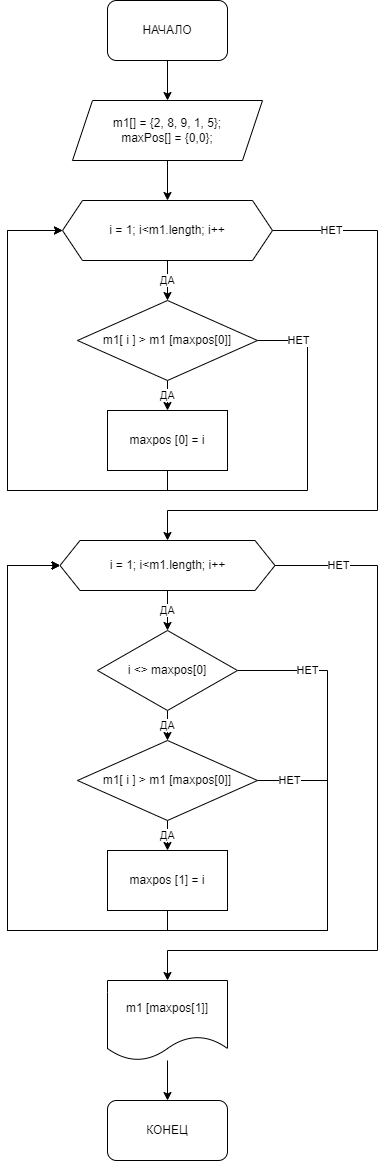
This is Algorytm/Lesson_03/Addon_task/Task_01/L3.Addon.task1.drawio.png from jokerjam-s/GeekBrainst, a draw.io export, as it was before one commit. Source tidied: cells renumbered, new cells last; positions are measured from the earlier drawing's top-left corner, leaving out a move shared by most shapes. Source of this version:
```xml
<mxGraphModel>
  <root>
    <mxCell id="0" />
    <mxCell id="1" parent="0" />
    <mxCell id="2" style="edgeStyle=orthogonalEdgeStyle;rounded=0;jettySize=auto;html=1;exitX=0.5;exitY=1;exitDx=0;exitDy=0;entryX=0.5;entryY=0;entryDx=0;entryDy=0;" parent="1" edge="1" source="3" target="5">
      <mxGeometry relative="1" as="geometry" />
    </mxCell>
    <mxCell id="3" value="НАЧАЛО" style="rounded=1;whiteSpace=wrap;html=1;" parent="1" vertex="1">
      <mxGeometry x="100" width="120" height="60" as="geometry" />
    </mxCell>
    <mxCell id="4" style="edgeStyle=orthogonalEdgeStyle;rounded=0;jettySize=auto;html=1;exitX=0.5;exitY=1;exitDx=0;exitDy=0;entryX=0.5;entryY=0;entryDx=0;entryDy=0;" parent="1" edge="1" source="5" target="8">
      <mxGeometry relative="1" as="geometry" />
    </mxCell>
    <mxCell id="5" value="&lt;div&gt;m1[] = {2, 8, 9, 1, 5};&lt;/div&gt;&lt;div&gt;maxPos[] = {0,0};&lt;/div&gt;" style="shape=parallelogram;perimeter=parallelogramPerimeter;whiteSpace=wrap;html=1;fixedSize=1;" parent="1" vertex="1">
      <mxGeometry x="65" y="100" width="190" height="60" as="geometry" />
    </mxCell>
    <mxCell id="6" value="ДА" style="edgeStyle=orthogonalEdgeStyle;rounded=0;jettySize=auto;html=1;exitX=0.5;exitY=1;exitDx=0;exitDy=0;" parent="1" edge="1" source="8" target="11">
      <mxGeometry relative="1" as="geometry" />
    </mxCell>
    <mxCell id="7" value="НЕТ" style="edgeStyle=orthogonalEdgeStyle;rounded=0;jettySize=auto;html=1;exitX=1;exitY=0.5;exitDx=0;exitDy=0;entryX=0.5;entryY=0;entryDx=0;entryDy=0;" parent="1" edge="1" source="8" target="16">
      <mxGeometry x="-0.81" relative="1" as="geometry">
        <Array as="points">
          <mxPoint x="370" y="230" />
          <mxPoint x="370" y="510" />
          <mxPoint x="160" y="510" />
        </Array>
      </mxGeometry>
    </mxCell>
    <mxCell id="8" value="i = 1; i&amp;lt;m1.length; i++" style="shape=hexagon;perimeter=hexagonPerimeter2;whiteSpace=wrap;html=1;fixedSize=1;" parent="1" vertex="1">
      <mxGeometry x="55" y="200" width="210" height="60" as="geometry" />
    </mxCell>
    <mxCell id="9" value="ДА" style="edgeStyle=orthogonalEdgeStyle;rounded=0;jettySize=auto;html=1;exitX=0.5;exitY=1;exitDx=0;exitDy=0;entryX=0.5;entryY=0;entryDx=0;entryDy=0;" parent="1" edge="1" source="11" target="13">
      <mxGeometry relative="1" as="geometry" />
    </mxCell>
    <mxCell id="10" value="НЕТ" style="edgeStyle=orthogonalEdgeStyle;rounded=0;jettySize=auto;html=1;exitX=1;exitY=0.5;exitDx=0;exitDy=0;entryX=0;entryY=0.5;entryDx=0;entryDy=0;" parent="1" edge="1" source="11" target="8">
      <mxGeometry x="-0.9" relative="1" as="geometry">
        <Array as="points">
          <mxPoint x="300" y="340" />
          <mxPoint x="300" y="490" />
          <mxPoint y="490" />
          <mxPoint y="230" />
        </Array>
      </mxGeometry>
    </mxCell>
    <mxCell id="11" value="m1[ i ] &amp;gt; m1 [maxpos[0]]" style="rhombus;whiteSpace=wrap;html=1;" parent="1" vertex="1">
      <mxGeometry x="70" y="300" width="180" height="80" as="geometry" />
    </mxCell>
    <mxCell id="12" style="edgeStyle=orthogonalEdgeStyle;rounded=0;jettySize=auto;html=1;exitX=0.5;exitY=1;exitDx=0;exitDy=0;entryX=0;entryY=0.5;entryDx=0;entryDy=0;" parent="1" edge="1" source="13" target="8">
      <mxGeometry relative="1" as="geometry">
        <Array as="points">
          <mxPoint x="160" y="490" />
          <mxPoint y="490" />
          <mxPoint y="230" />
        </Array>
      </mxGeometry>
    </mxCell>
    <mxCell id="13" value="maxpos [0] = i" style="rounded=0;whiteSpace=wrap;html=1;" parent="1" vertex="1">
      <mxGeometry x="100" y="410" width="120" height="60" as="geometry" />
    </mxCell>
    <mxCell id="14" value="ДА" style="edgeStyle=orthogonalEdgeStyle;rounded=0;jettySize=auto;html=1;exitX=0.5;exitY=1;exitDx=0;exitDy=0;entryX=0.5;entryY=0;entryDx=0;entryDy=0;" parent="1" edge="1" source="16" target="19">
      <mxGeometry relative="1" as="geometry" />
    </mxCell>
    <mxCell id="15" value="НЕТ" style="edgeStyle=orthogonalEdgeStyle;rounded=0;jettySize=auto;html=1;exitX=1;exitY=0.5;exitDx=0;exitDy=0;entryX=0.5;entryY=0;entryDx=0;entryDy=0;" parent="1" edge="1" source="16" target="26">
      <mxGeometry x="-0.83" relative="1" as="geometry">
        <Array as="points">
          <mxPoint x="370" y="565" />
          <mxPoint x="370" y="950" />
          <mxPoint x="160" y="950" />
        </Array>
        <mxPoint x="1" as="offset" />
      </mxGeometry>
    </mxCell>
    <mxCell id="16" value="&lt;span&gt;i = 1; i&amp;lt;m1.length; i++&lt;/span&gt;" style="shape=hexagon;perimeter=hexagonPerimeter2;whiteSpace=wrap;html=1;fixedSize=1;" parent="1" vertex="1">
      <mxGeometry x="52.5" y="540" width="215" height="50" as="geometry" />
    </mxCell>
    <mxCell id="17" value="ДА" style="edgeStyle=orthogonalEdgeStyle;rounded=0;jettySize=auto;html=1;exitX=0.5;exitY=1;exitDx=0;exitDy=0;entryX=0.5;entryY=0;entryDx=0;entryDy=0;" parent="1" edge="1" source="19" target="22">
      <mxGeometry relative="1" as="geometry" />
    </mxCell>
    <mxCell id="18" value="НЕТ" style="edgeStyle=orthogonalEdgeStyle;rounded=0;jettySize=auto;html=1;exitX=1;exitY=0.5;exitDx=0;exitDy=0;entryX=0;entryY=0.5;entryDx=0;entryDy=0;" parent="1" edge="1" source="19" target="16">
      <mxGeometry x="-0.87" relative="1" as="geometry">
        <Array as="points">
          <mxPoint x="320" y="670" />
          <mxPoint x="320" y="930" />
          <mxPoint y="930" />
          <mxPoint y="565" />
        </Array>
      </mxGeometry>
    </mxCell>
    <mxCell id="19" value="i &amp;lt;&amp;gt; maxpos[0]" style="rhombus;whiteSpace=wrap;html=1;" parent="1" vertex="1">
      <mxGeometry x="90" y="630" width="140" height="80" as="geometry" />
    </mxCell>
    <mxCell id="20" value="ДА" style="edgeStyle=orthogonalEdgeStyle;rounded=0;jettySize=auto;html=1;exitX=0.5;exitY=1;exitDx=0;exitDy=0;" parent="1" edge="1" source="22" target="24">
      <mxGeometry relative="1" as="geometry" />
    </mxCell>
    <mxCell id="21" value="НЕТ" style="edgeStyle=orthogonalEdgeStyle;rounded=0;jettySize=auto;html=1;exitX=1;exitY=0.5;exitDx=0;exitDy=0;entryX=0;entryY=0.5;entryDx=0;entryDy=0;" parent="1" edge="1" source="22" target="16">
      <mxGeometry x="-0.93" relative="1" as="geometry">
        <Array as="points">
          <mxPoint x="320" y="780" />
          <mxPoint x="320" y="930" />
          <mxPoint y="930" />
          <mxPoint y="565" />
        </Array>
      </mxGeometry>
    </mxCell>
    <mxCell id="22" value="m1[ i ] &amp;gt; m1 [maxpos[0]]" style="rhombus;whiteSpace=wrap;html=1;" parent="1" vertex="1">
      <mxGeometry x="70" y="740" width="180" height="80" as="geometry" />
    </mxCell>
    <mxCell id="23" style="edgeStyle=orthogonalEdgeStyle;rounded=0;jettySize=auto;html=1;exitX=0.5;exitY=1;exitDx=0;exitDy=0;entryX=0;entryY=0.5;entryDx=0;entryDy=0;" parent="1" edge="1" source="24" target="16">
      <mxGeometry relative="1" as="geometry">
        <Array as="points">
          <mxPoint x="160" y="930" />
          <mxPoint y="930" />
          <mxPoint y="565" />
        </Array>
      </mxGeometry>
    </mxCell>
    <mxCell id="24" value="maxpos [1] = i" style="rounded=0;whiteSpace=wrap;html=1;" parent="1" vertex="1">
      <mxGeometry x="100" y="850" width="120" height="60" as="geometry" />
    </mxCell>
    <mxCell id="25" style="edgeStyle=orthogonalEdgeStyle;rounded=0;jettySize=auto;html=1;entryX=0.5;entryY=0;entryDx=0;entryDy=0;" parent="1" edge="1" source="26" target="27">
      <mxGeometry relative="1" as="geometry" />
    </mxCell>
    <mxCell id="26" value="m1 [maxpos[1]]" style="shape=document;whiteSpace=wrap;html=1;boundedLbl=1;" parent="1" vertex="1">
      <mxGeometry x="100" y="980" width="120" height="80" as="geometry" />
    </mxCell>
    <mxCell id="27" value="КОНЕЦ" style="rounded=1;whiteSpace=wrap;html=1;" parent="1" vertex="1">
      <mxGeometry x="100" y="1100" width="120" height="60" as="geometry" />
    </mxCell>
  </root>
</mxGraphModel>
```
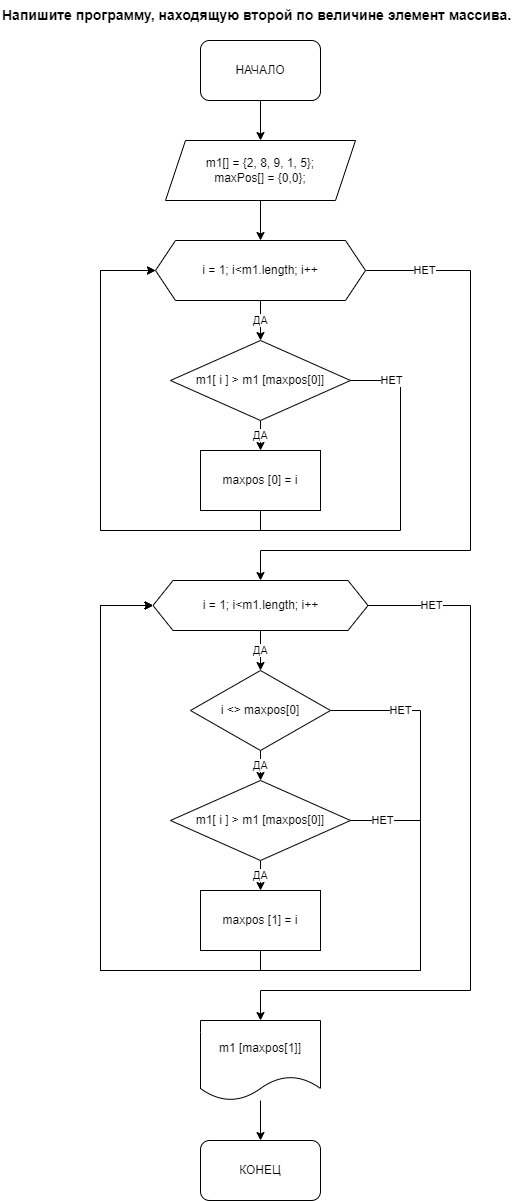
The same file after the commit.

Change to the diagram source:
```diff
@@ -126,5 +126,8 @@
     <mxCell id="27" value="КОНЕЦ" style="rounded=1;whiteSpace=wrap;html=1;" parent="1" vertex="1">
       <mxGeometry x="100" y="1100" width="120" height="60" as="geometry" />
     </mxCell>
+    <mxCell id="28" value="&lt;span style=&quot;font-size: 14px; font-style: normal; letter-spacing: normal; text-indent: 0px; text-transform: none; word-spacing: 0px; display: inline; float: none;&quot;&gt;Напишите программу, находящую второй по величине элемент массива.&lt;/span&gt;" style="text;whiteSpace=wrap;html=1;fontColor=default;labelBackgroundColor=none;fontSize=14;fontStyle=1;" parent="1" vertex="1">
+      <mxGeometry x="-100" y="-40" width="520" height="30" as="geometry" />
+    </mxCell>
   </root>
 </mxGraphModel>
```
